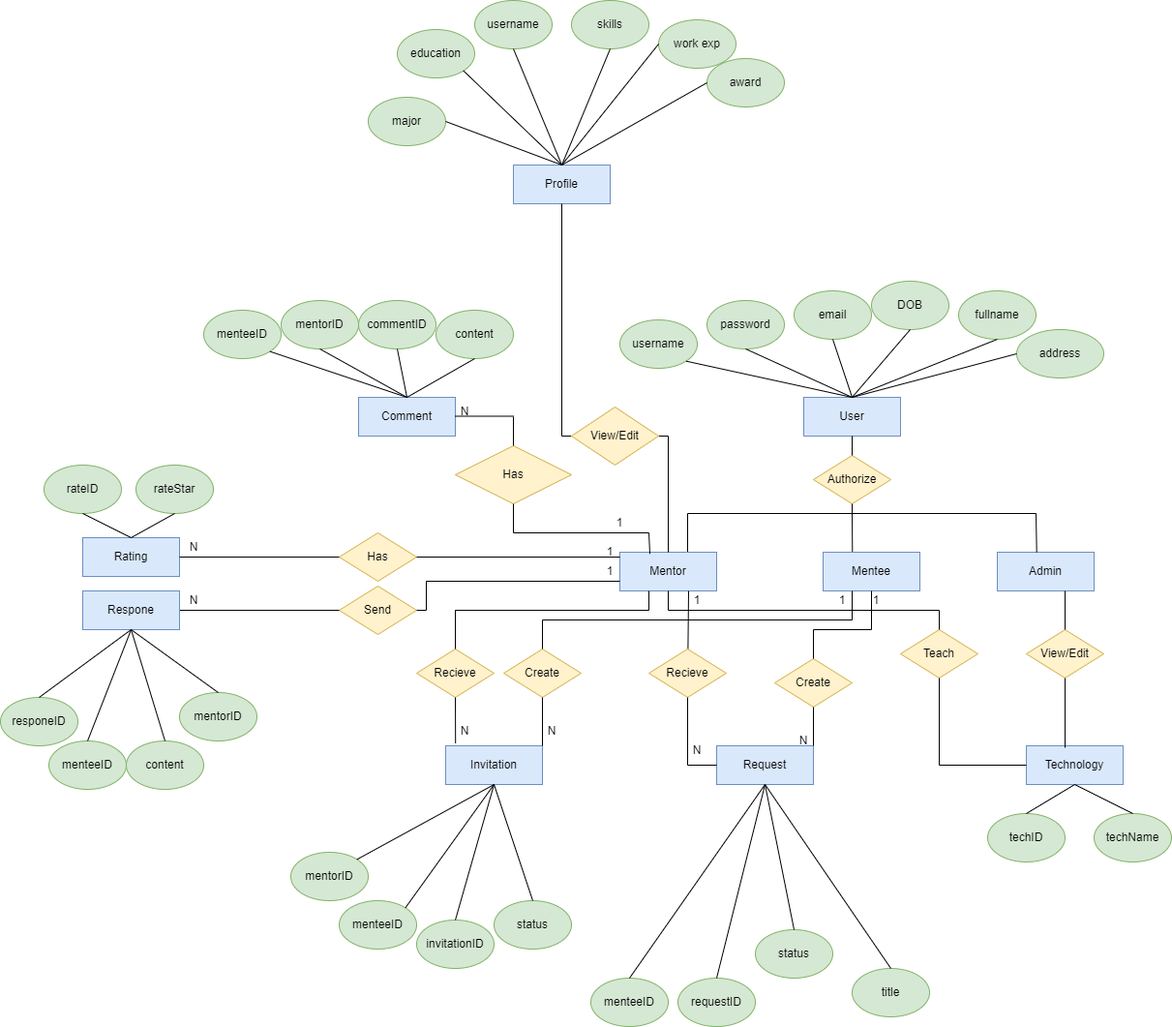
This is ERD.drawio.png from dungdt23/SWP391_Document, a draw.io export, as it was before one commit. Source tidied: cells renumbered, new cells last; positions are measured from the earlier drawing's top-left corner, leaving out a move shared by most shapes.
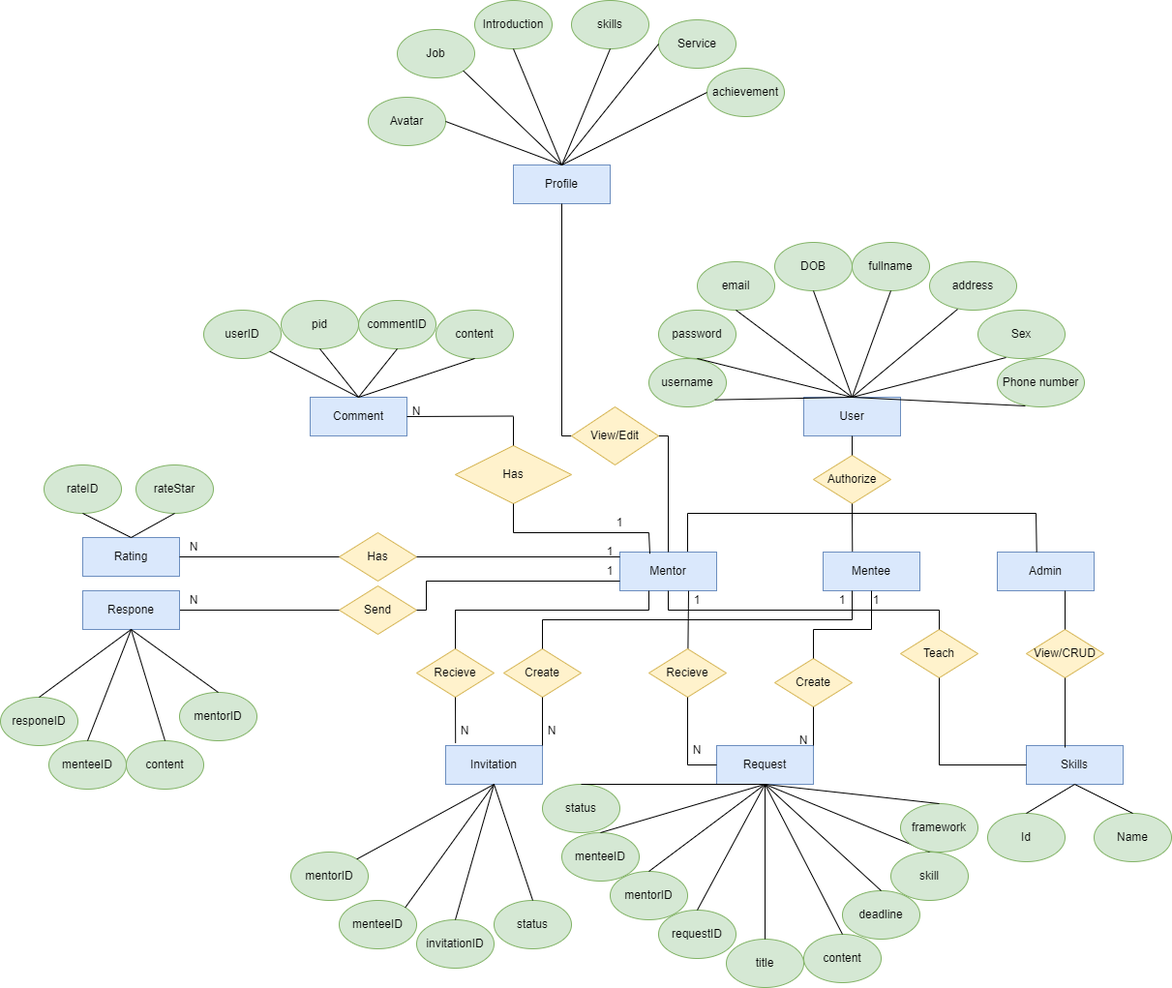
The same diagram one commit later.

What changed in the source:
```diff
@@ -6,13 +6,13 @@
       <mxGeometry x="830" y="410" width="100" height="40" as="geometry" />
     </mxCell>
     <mxCell id="3" value="username" style="ellipse;whiteSpace=wrap;html=1;align=center;fillColor=#d5e8d4;strokeColor=#82b366;" parent="1" vertex="1">
-      <mxGeometry x="640" y="330" width="80" height="50" as="geometry" />
+      <mxGeometry x="670" y="370" width="80" height="50" as="geometry" />
     </mxCell>
     <mxCell id="4" value="password" style="ellipse;whiteSpace=wrap;html=1;align=center;fillColor=#d5e8d4;strokeColor=#82b366;" parent="1" vertex="1">
-      <mxGeometry x="730" y="310" width="80" height="50" as="geometry" />
+      <mxGeometry x="680" y="320" width="80" height="50" as="geometry" />
     </mxCell>
     <mxCell id="5" value="email" style="ellipse;whiteSpace=wrap;html=1;align=center;fillColor=#d5e8d4;strokeColor=#82b366;" parent="1" vertex="1">
-      <mxGeometry x="820" y="300" width="80" height="50" as="geometry" />
+      <mxGeometry x="720" y="270" width="80" height="50" as="geometry" />
     </mxCell>
     <mxCell id="6" value="Authorize" style="shape=rhombus;perimeter=rhombusPerimeter;whiteSpace=wrap;html=1;align=center;fillColor=#fff2cc;strokeColor=#d6b656;" parent="1" vertex="1">
       <mxGeometry x="840" y="470" width="80" height="50" as="geometry" />
@@ -67,11 +67,11 @@
     <mxCell id="19" value="Request" style="whiteSpace=wrap;html=1;align=center;fillColor=#dae8fc;strokeColor=#6c8ebf;" parent="1" vertex="1">
       <mxGeometry x="740" y="770" width="100" height="40" as="geometry" />
     </mxCell>
-    <mxCell id="20" value="requestID" style="ellipse;whiteSpace=wrap;html=1;align=center;fillColor=#d5e8d4;strokeColor=#82b366;" parent="1" vertex="1">
-      <mxGeometry x="700" y="1010" width="80" height="50" as="geometry" />
+    <mxCell id="20" value="title" style="ellipse;whiteSpace=wrap;html=1;align=center;fillColor=#d5e8d4;strokeColor=#82b366;" parent="1" vertex="1">
+      <mxGeometry x="750" y="970" width="80" height="50" as="geometry" />
     </mxCell>
-    <mxCell id="21" value="status" style="ellipse;whiteSpace=wrap;html=1;align=center;fillColor=#d5e8d4;strokeColor=#82b366;" parent="1" vertex="1">
-      <mxGeometry x="780" y="960" width="80" height="50" as="geometry" />
+    <mxCell id="21" value="content" style="ellipse;whiteSpace=wrap;html=1;align=center;fillColor=#d5e8d4;strokeColor=#82b366;" parent="1" vertex="1">
+      <mxGeometry x="830" y="965" width="80" height="50" as="geometry" />
     </mxCell>
     <mxCell id="22" value="Recieve" style="shape=rhombus;perimeter=rhombusPerimeter;whiteSpace=wrap;html=1;align=center;fillColor=#fff2cc;strokeColor=#d6b656;" parent="1" vertex="1">
       <mxGeometry x="430" y="670" width="80" height="50" as="geometry" />
@@ -112,8 +112,8 @@
     <mxCell id="31" value="Invitation" style="whiteSpace=wrap;html=1;align=center;fillColor=#dae8fc;strokeColor=#6c8ebf;" parent="1" vertex="1">
       <mxGeometry x="460" y="770" width="100" height="40" as="geometry" />
     </mxCell>
-    <mxCell id="32" value="title" style="ellipse;whiteSpace=wrap;html=1;align=center;fillColor=#d5e8d4;strokeColor=#82b366;" parent="1" vertex="1">
-      <mxGeometry x="880" y="1000" width="80" height="50" as="geometry" />
+    <mxCell id="32" value="deadline" style="ellipse;whiteSpace=wrap;html=1;align=center;fillColor=#d5e8d4;strokeColor=#82b366;" parent="1" vertex="1">
+      <mxGeometry x="870" y="920" width="80" height="50" as="geometry" />
     </mxCell>
     <mxCell id="33" style="endArrow=none;html=1;rounded=0;exitX=0.5;exitY=1;exitDx=0;exitDy=0;entryX=0.5;entryY=0;entryDx=0;entryDy=0;" parent="1" edge="1" source="19" target="32">
       <mxGeometry relative="1" as="geometry" />
@@ -166,7 +166,7 @@
       </mxGeometry>
     </mxCell>
     <mxCell id="44" value="Comment" style="whiteSpace=wrap;html=1;align=center;fillColor=#dae8fc;strokeColor=#6c8ebf;" parent="1" vertex="1">
-      <mxGeometry x="370" y="410" width="100" height="40" as="geometry" />
+      <mxGeometry x="320" y="410" width="100" height="40" as="geometry" />
     </mxCell>
     <mxCell id="45" value="commentID" style="ellipse;whiteSpace=wrap;html=1;align=center;fillColor=#d5e8d4;strokeColor=#82b366;" parent="1" vertex="1">
       <mxGeometry x="370" y="310" width="80" height="50" as="geometry" />
@@ -230,13 +230,13 @@
         <mxPoint x="640" y="575" as="targetPoint" />
       </mxGeometry>
     </mxCell>
-    <mxCell id="62" value="Technology" style="whiteSpace=wrap;html=1;align=center;fillColor=#dae8fc;strokeColor=#6c8ebf;" parent="1" vertex="1">
+    <mxCell id="62" value="Skills" style="whiteSpace=wrap;html=1;align=center;fillColor=#dae8fc;strokeColor=#6c8ebf;" parent="1" vertex="1">
       <mxGeometry x="1060" y="770" width="100" height="40" as="geometry" />
     </mxCell>
-    <mxCell id="63" value="techID" style="ellipse;whiteSpace=wrap;html=1;align=center;fillColor=#d5e8d4;strokeColor=#82b366;" parent="1" vertex="1">
+    <mxCell id="63" value="Id" style="ellipse;whiteSpace=wrap;html=1;align=center;fillColor=#d5e8d4;strokeColor=#82b366;" parent="1" vertex="1">
       <mxGeometry x="1020" y="840" width="80" height="50" as="geometry" />
     </mxCell>
-    <mxCell id="64" value="techName" style="ellipse;whiteSpace=wrap;html=1;align=center;fillColor=#d5e8d4;strokeColor=#82b366;" parent="1" vertex="1">
+    <mxCell id="64" value="Name" style="ellipse;whiteSpace=wrap;html=1;align=center;fillColor=#d5e8d4;strokeColor=#82b366;" parent="1" vertex="1">
       <mxGeometry x="1130" y="840" width="80" height="50" as="geometry" />
     </mxCell>
     <mxCell id="65" style="endArrow=none;html=1;rounded=0;exitX=0.5;exitY=0;exitDx=0;exitDy=0;entryX=0.5;entryY=1;entryDx=0;entryDy=0;" parent="1" edge="1" source="63" target="62">
@@ -245,7 +245,7 @@
     <mxCell id="66" style="endArrow=none;html=1;rounded=0;exitX=0.5;exitY=0;exitDx=0;exitDy=0;entryX=0.5;entryY=1;entryDx=0;entryDy=0;" parent="1" edge="1" source="64" target="62">
       <mxGeometry relative="1" as="geometry" />
     </mxCell>
-    <mxCell id="67" value="View/Edit" style="shape=rhombus;perimeter=rhombusPerimeter;whiteSpace=wrap;html=1;align=center;fillColor=#fff2cc;strokeColor=#d6b656;" parent="1" vertex="1">
+    <mxCell id="67" value="View/CRUD" style="shape=rhombus;perimeter=rhombusPerimeter;whiteSpace=wrap;html=1;align=center;fillColor=#fff2cc;strokeColor=#d6b656;" parent="1" vertex="1">
       <mxGeometry x="1060" y="650" width="80" height="50" as="geometry" />
     </mxCell>
     <mxCell id="68" style="endArrow=none;html=1;rounded=0;exitX=0.5;exitY=0;exitDx=0;exitDy=0;" parent="1" edge="1" source="67">
@@ -286,7 +286,7 @@
       </mxGeometry>
     </mxCell>
     <mxCell id="76" value="N" style="text;html=1;strokeColor=none;fillColor=none;align=center;verticalAlign=middle;whiteSpace=wrap;rounded=0;" parent="1" vertex="1">
-      <mxGeometry x="450" y="410" width="60" height="30" as="geometry" />
+      <mxGeometry x="400" y="410" width="60" height="30" as="geometry" />
     </mxCell>
     <mxCell id="77" value="1" style="text;html=1;strokeColor=none;fillColor=none;align=center;verticalAlign=middle;whiteSpace=wrap;rounded=0;" parent="1" vertex="1">
       <mxGeometry x="610" y="525" width="60" height="30" as="geometry" />
@@ -312,17 +312,16 @@
     <mxCell id="84" value="1" style="text;html=1;strokeColor=none;fillColor=none;align=center;verticalAlign=middle;whiteSpace=wrap;rounded=0;" parent="1" vertex="1">
       <mxGeometry x="875" y="605" width="60" height="30" as="geometry" />
     </mxCell>
-    <mxCell id="85" style="endArrow=none;html=1;rounded=0;exitX=1;exitY=0.75;exitDx=0;exitDy=0;" parent="1" edge="1">
+    <mxCell id="85" style="endArrow=none;html=1;rounded=0;exitX=1;exitY=0.5;exitDx=0;exitDy=0;" parent="1" edge="1" source="44">
       <mxGeometry relative="1" as="geometry">
-        <mxPoint x="470" y="429.5" as="sourcePoint" />
         <mxPoint x="530" y="429.5" as="targetPoint" />
       </mxGeometry>
     </mxCell>
     <mxCell id="86" value="DOB" style="ellipse;whiteSpace=wrap;html=1;align=center;fillColor=#d5e8d4;strokeColor=#82b366;" parent="1" vertex="1">
-      <mxGeometry x="900" y="290" width="80" height="50" as="geometry" />
+      <mxGeometry x="800" y="250" width="80" height="50" as="geometry" />
     </mxCell>
     <mxCell id="87" value="fullname" style="ellipse;whiteSpace=wrap;html=1;align=center;fillColor=#d5e8d4;strokeColor=#82b366;" parent="1" vertex="1">
-      <mxGeometry x="990" y="300" width="80" height="50" as="geometry" />
+      <mxGeometry x="880" y="250" width="80" height="50" as="geometry" />
     </mxCell>
     <mxCell id="88" style="endArrow=none;html=1;rounded=0;entryX=0.5;entryY=1;entryDx=0;entryDy=0;exitX=0.5;exitY=0;exitDx=0;exitDy=0;" parent="1" edge="1" source="2" target="86">
       <mxGeometry relative="1" as="geometry" />
@@ -330,10 +329,10 @@
     <mxCell id="89" style="endArrow=none;html=1;rounded=0;entryX=0.5;entryY=1;entryDx=0;entryDy=0;exitX=0.5;exitY=0;exitDx=0;exitDy=0;" parent="1" edge="1" source="2" target="87">
       <mxGeometry relative="1" as="geometry" />
     </mxCell>
-    <mxCell id="90" value="mentorID" style="ellipse;whiteSpace=wrap;html=1;align=center;fillColor=#d5e8d4;strokeColor=#82b366;" parent="1" vertex="1">
+    <mxCell id="90" value="pid" style="ellipse;whiteSpace=wrap;html=1;align=center;fillColor=#d5e8d4;strokeColor=#82b366;" parent="1" vertex="1">
       <mxGeometry x="290" y="310" width="80" height="50" as="geometry" />
     </mxCell>
-    <mxCell id="91" value="menteeID" style="ellipse;whiteSpace=wrap;html=1;align=center;fillColor=#d5e8d4;strokeColor=#82b366;" parent="1" vertex="1">
+    <mxCell id="91" value="userID" style="ellipse;whiteSpace=wrap;html=1;align=center;fillColor=#d5e8d4;strokeColor=#82b366;" parent="1" vertex="1">
       <mxGeometry x="210" y="320" width="80" height="50" as="geometry" />
     </mxCell>
     <mxCell id="92" style="endArrow=none;html=1;rounded=0;exitX=0.5;exitY=0;exitDx=0;exitDy=0;entryX=0.5;entryY=1;entryDx=0;entryDy=0;" parent="1" edge="1" source="44" target="90">
@@ -343,16 +342,16 @@
       <mxGeometry relative="1" as="geometry" />
     </mxCell>
     <mxCell id="94" value="address" style="ellipse;whiteSpace=wrap;html=1;align=center;fillColor=#d5e8d4;strokeColor=#82b366;" parent="1" vertex="1">
-      <mxGeometry x="1050" y="340" width="90" height="50" as="geometry" />
+      <mxGeometry x="960" y="270" width="90" height="50" as="geometry" />
     </mxCell>
-    <mxCell id="95" style="endArrow=none;html=1;rounded=0;entryX=0;entryY=0.5;entryDx=0;entryDy=0;exitX=0.5;exitY=0;exitDx=0;exitDy=0;" parent="1" edge="1" source="2" target="94">
+    <mxCell id="95" style="endArrow=none;html=1;rounded=0;entryX=0.322;entryY=0.98;entryDx=0;entryDy=0;exitX=0.5;exitY=0;exitDx=0;exitDy=0;entryPerimeter=0;" parent="1" edge="1" source="2" target="94">
       <mxGeometry relative="1" as="geometry" />
     </mxCell>
     <mxCell id="96" value="menteeID" style="ellipse;whiteSpace=wrap;html=1;align=center;fillColor=#d5e8d4;strokeColor=#82b366;" parent="1" vertex="1">
       <mxGeometry x="350" y="930" width="80" height="50" as="geometry" />
     </mxCell>
-    <mxCell id="97" value="menteeID" style="ellipse;whiteSpace=wrap;html=1;align=center;fillColor=#d5e8d4;strokeColor=#82b366;" parent="1" vertex="1">
-      <mxGeometry x="610" y="1010" width="80" height="50" as="geometry" />
+    <mxCell id="97" value="requestID" style="ellipse;whiteSpace=wrap;html=1;align=center;fillColor=#d5e8d4;strokeColor=#82b366;" parent="1" vertex="1">
+      <mxGeometry x="680" y="940" width="80" height="50" as="geometry" />
     </mxCell>
     <mxCell id="98" value="mentorID" style="ellipse;whiteSpace=wrap;html=1;align=center;fillColor=#d5e8d4;strokeColor=#82b366;" parent="1" vertex="1">
       <mxGeometry x="300" y="880" width="80" height="50" as="geometry" />
@@ -477,16 +476,16 @@
     <mxCell id="131" value="View/Edit" style="shape=rhombus;perimeter=rhombusPerimeter;whiteSpace=wrap;html=1;align=center;fillColor=#fff2cc;strokeColor=#d6b656;" parent="1" vertex="1">
       <mxGeometry x="590" y="420" width="90" height="60" as="geometry" />
     </mxCell>
-    <mxCell id="132" value="major" style="ellipse;whiteSpace=wrap;html=1;align=center;fillColor=#d5e8d4;strokeColor=#82b366;" parent="1" vertex="1">
+    <mxCell id="132" value="Avatar" style="ellipse;whiteSpace=wrap;html=1;align=center;fillColor=#d5e8d4;strokeColor=#82b366;" parent="1" vertex="1">
       <mxGeometry x="380" y="100" width="80" height="50" as="geometry" />
     </mxCell>
-    <mxCell id="133" value="education" style="ellipse;whiteSpace=wrap;html=1;align=center;fillColor=#d5e8d4;strokeColor=#82b366;" parent="1" vertex="1">
+    <mxCell id="133" value="Job" style="ellipse;whiteSpace=wrap;html=1;align=center;fillColor=#d5e8d4;strokeColor=#82b366;" parent="1" vertex="1">
       <mxGeometry x="410" y="30" width="80" height="50" as="geometry" />
     </mxCell>
-    <mxCell id="134" value="username" style="ellipse;whiteSpace=wrap;html=1;align=center;fillColor=#d5e8d4;strokeColor=#82b366;" parent="1" vertex="1">
+    <mxCell id="134" value="Introduction" style="ellipse;whiteSpace=wrap;html=1;align=center;fillColor=#d5e8d4;strokeColor=#82b366;" parent="1" vertex="1">
       <mxGeometry x="490" width="80" height="50" as="geometry" />
     </mxCell>
-    <mxCell id="135" value="work exp" style="ellipse;whiteSpace=wrap;html=1;align=center;fillColor=#d5e8d4;strokeColor=#82b366;" parent="1" vertex="1">
+    <mxCell id="135" value="Service" style="ellipse;whiteSpace=wrap;html=1;align=center;fillColor=#d5e8d4;strokeColor=#82b366;" parent="1" vertex="1">
       <mxGeometry x="680" y="20" width="80" height="50" as="geometry" />
     </mxCell>
     <mxCell id="136" value="skills" style="ellipse;whiteSpace=wrap;html=1;align=center;fillColor=#d5e8d4;strokeColor=#82b366;" parent="1" vertex="1">
@@ -501,8 +500,8 @@
     <mxCell id="139" style="endArrow=none;html=1;rounded=0;entryX=0;entryY=0.5;entryDx=0;entryDy=0;exitX=0.5;exitY=0;exitDx=0;exitDy=0;" parent="1" edge="1" source="127" target="135">
       <mxGeometry relative="1" as="geometry" />
     </mxCell>
-    <mxCell id="140" value="award" style="ellipse;whiteSpace=wrap;html=1;align=center;fillColor=#d5e8d4;strokeColor=#82b366;" parent="1" vertex="1">
-      <mxGeometry x="730" y="60" width="80" height="50" as="geometry" />
+    <mxCell id="140" value="achievement" style="ellipse;whiteSpace=wrap;html=1;align=center;fillColor=#d5e8d4;strokeColor=#82b366;" parent="1" vertex="1">
+      <mxGeometry x="730" y="70" width="80" height="50" as="geometry" />
     </mxCell>
     <mxCell id="141" style="endArrow=none;html=1;rounded=0;entryX=1;entryY=1;entryDx=0;entryDy=0;exitX=0.5;exitY=0;exitDx=0;exitDy=0;" parent="1" edge="1" source="127" target="133">
       <mxGeometry relative="1" as="geometry" />
@@ -513,5 +512,51 @@
     <mxCell id="143" style="endArrow=none;html=1;rounded=0;entryX=0;entryY=0.5;entryDx=0;entryDy=0;exitX=0.5;exitY=0;exitDx=0;exitDy=0;" parent="1" edge="1" source="127" target="140">
       <mxGeometry relative="1" as="geometry" />
     </mxCell>
+    <mxCell id="144" value="Sex" style="ellipse;whiteSpace=wrap;html=1;align=center;fillColor=#d5e8d4;strokeColor=#82b366;" parent="1" vertex="1">
+      <mxGeometry x="1010" y="320" width="90" height="50" as="geometry" />
+    </mxCell>
+    <mxCell id="145" style="endArrow=none;html=1;rounded=0;entryX=0.322;entryY=0.98;entryDx=0;entryDy=0;entryPerimeter=0;" parent="1" edge="1" target="144">
+      <mxGeometry relative="1" as="geometry">
+        <mxPoint x="880" y="410" as="sourcePoint" />
+      </mxGeometry>
+    </mxCell>
+    <mxCell id="146" value="Phone number" style="ellipse;whiteSpace=wrap;html=1;align=center;fillColor=#d5e8d4;strokeColor=#82b366;" parent="1" vertex="1">
+      <mxGeometry x="1030" y="370" width="90" height="50" as="geometry" />
+    </mxCell>
+    <mxCell id="147" style="endArrow=none;html=1;rounded=0;entryX=0.322;entryY=0.98;entryDx=0;entryDy=0;entryPerimeter=0;" parent="1" edge="1" target="146">
+      <mxGeometry relative="1" as="geometry">
+        <mxPoint x="880" y="410" as="sourcePoint" />
+      </mxGeometry>
+    </mxCell>
+    <mxCell id="148" value="mentorID" style="ellipse;whiteSpace=wrap;html=1;align=center;fillColor=#d5e8d4;strokeColor=#82b366;" parent="1" vertex="1">
+      <mxGeometry x="630" y="900" width="80" height="50" as="geometry" />
+    </mxCell>
+    <mxCell id="149" style="endArrow=none;html=1;rounded=0;entryX=0.5;entryY=1;entryDx=0;entryDy=0;exitX=0.5;exitY=0;exitDx=0;exitDy=0;" parent="1" edge="1" source="148" target="19">
+      <mxGeometry relative="1" as="geometry" />
+    </mxCell>
+    <mxCell id="150" value="menteeID" style="ellipse;whiteSpace=wrap;html=1;align=center;fillColor=#d5e8d4;strokeColor=#82b366;" parent="1" vertex="1">
+      <mxGeometry x="580" y="860" width="80" height="50" as="geometry" />
+    </mxCell>
+    <mxCell id="151" style="endArrow=none;html=1;rounded=0;entryX=0.5;entryY=1;entryDx=0;entryDy=0;exitX=0.5;exitY=0;exitDx=0;exitDy=0;" parent="1" edge="1" source="150" target="19">
+      <mxGeometry relative="1" as="geometry" />
+    </mxCell>
+    <mxCell id="152" value="skill" style="ellipse;whiteSpace=wrap;html=1;align=center;fillColor=#d5e8d4;strokeColor=#82b366;" parent="1" vertex="1">
+      <mxGeometry x="920" y="880" width="80" height="50" as="geometry" />
+    </mxCell>
+    <mxCell id="153" style="endArrow=none;html=1;rounded=0;exitX=0.5;exitY=1;exitDx=0;exitDy=0;entryX=0.5;entryY=0;entryDx=0;entryDy=0;" parent="1" edge="1" source="19" target="152">
+      <mxGeometry relative="1" as="geometry" />
+    </mxCell>
+    <mxCell id="154" value="framework" style="ellipse;whiteSpace=wrap;html=1;align=center;fillColor=#d5e8d4;strokeColor=#82b366;" parent="1" vertex="1">
+      <mxGeometry x="930" y="830" width="80" height="50" as="geometry" />
+    </mxCell>
+    <mxCell id="155" style="endArrow=none;html=1;rounded=0;exitX=0.5;exitY=1;exitDx=0;exitDy=0;entryX=0.5;entryY=0;entryDx=0;entryDy=0;" parent="1" edge="1" source="19" target="154">
+      <mxGeometry relative="1" as="geometry" />
+    </mxCell>
+    <mxCell id="156" value="status" style="ellipse;whiteSpace=wrap;html=1;align=center;fillColor=#d5e8d4;strokeColor=#82b366;" parent="1" vertex="1">
+      <mxGeometry x="560" y="810" width="80" height="50" as="geometry" />
+    </mxCell>
+    <mxCell id="157" style="endArrow=none;html=1;rounded=0;entryX=0.5;entryY=1;entryDx=0;entryDy=0;exitX=0.5;exitY=0;exitDx=0;exitDy=0;" parent="1" edge="1" source="156" target="19">
+      <mxGeometry relative="1" as="geometry" />
+    </mxCell>
   </root>
 </mxGraphModel>
```
